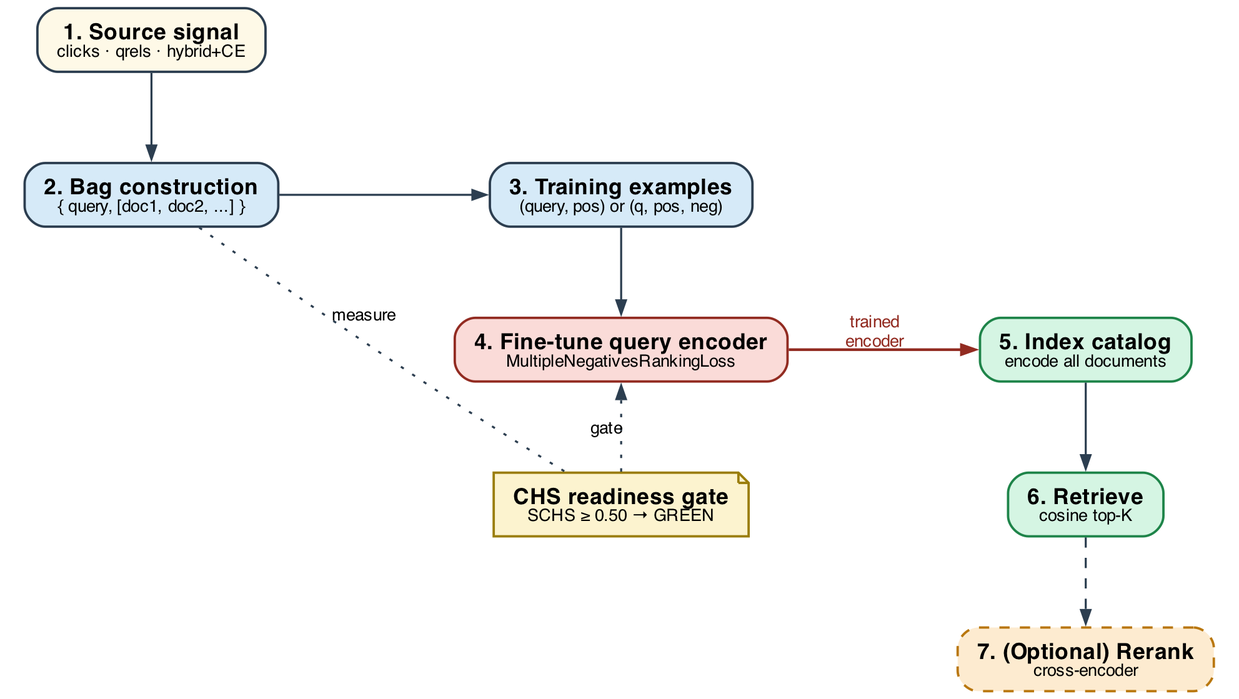
Above: docs/bod_pipeline.png in dtunkelang/bag-of-documents (Graphviz), before the change. Its source is kept beside it as docs/bod_pipeline.dot.
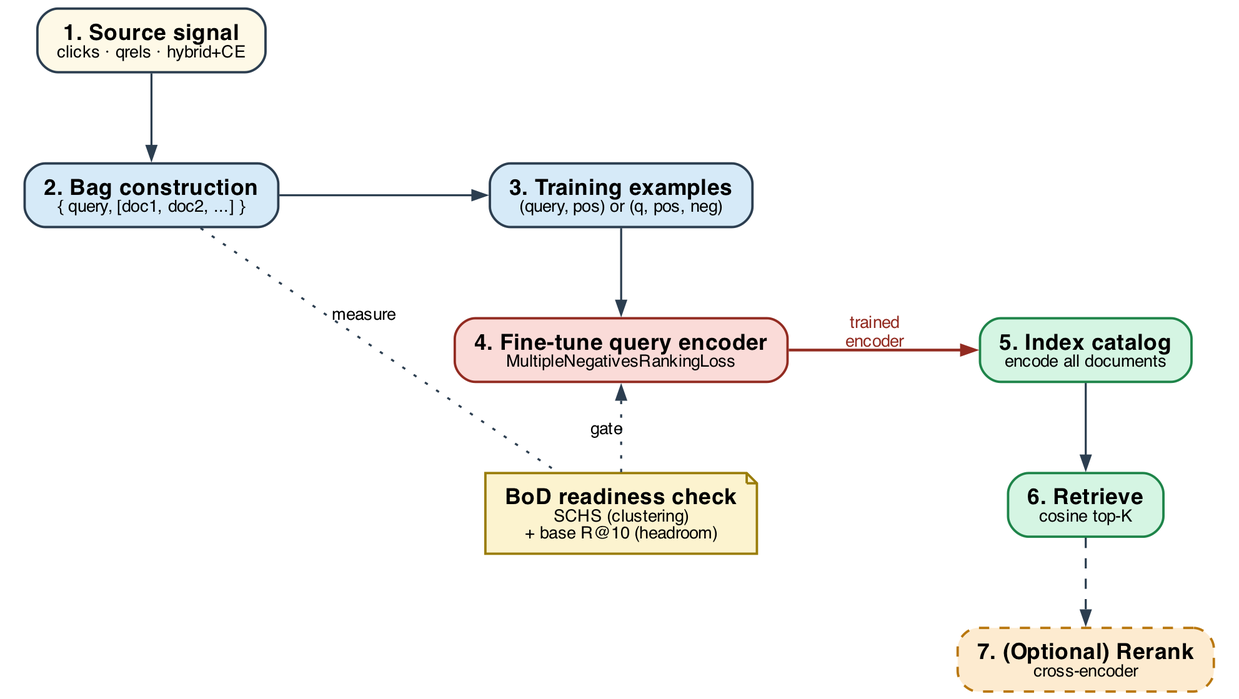
Later version of the same file.

Commit message:
diagnostics: 3 within-corpus probes confirm rescue/tax trade-off + base-strength prediction

Change to the diagram source:
```diff
@@ -29,7 +29,7 @@
     rerank   [label=<<b>7. (Optional) Rerank</b><br/><font point-size="10">cross-encoder</font>>,
               fillcolor="#fdebd0", color="#b9770e", style="rounded,filled,dashed"];
 
-    chs [label=<<b>CHS readiness gate</b><br/><font point-size="10">SCHS ≥ 0.50 → GREEN</font>>,
+    chs [label=<<b>BoD readiness check</b><br/><font point-size="10">SCHS (clustering)<br/>+ base R@10 (headroom)</font>>,
          fillcolor="#fcf3cf", color="#9a7d0a", shape=note];
 
     {rank=same; signal; bags;}
```
